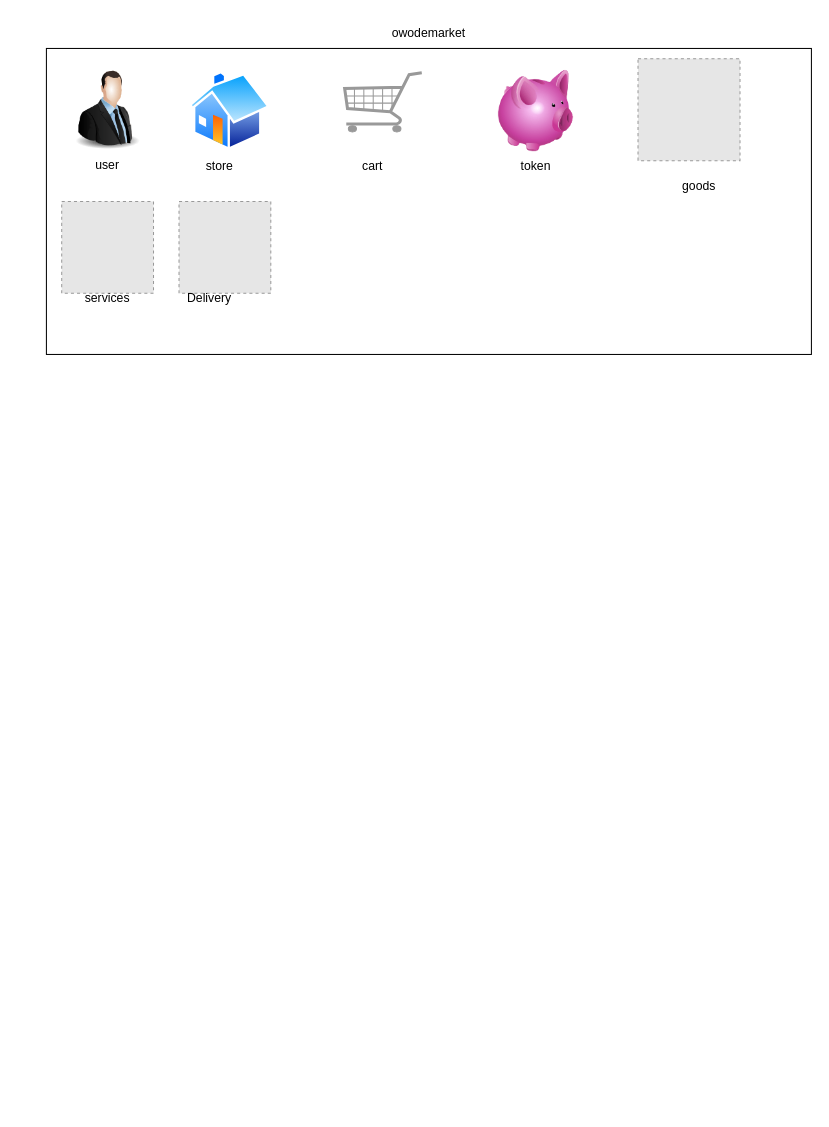
Before: owodemarket_diagram.drawio in odu-11111111/owodemarket, a draw.io diagram. Source tidied: cells renumbered, new cells numbered last; positions are measured from the earlier drawing's top-left corner, leaving out a move shared by most shapes. Both pictures are drawn from the tidied source at 102%, with x=0, y=0 at pixel (46, 17). Pictures stored in the file or linked from it are replaced by grey dashed boxes.
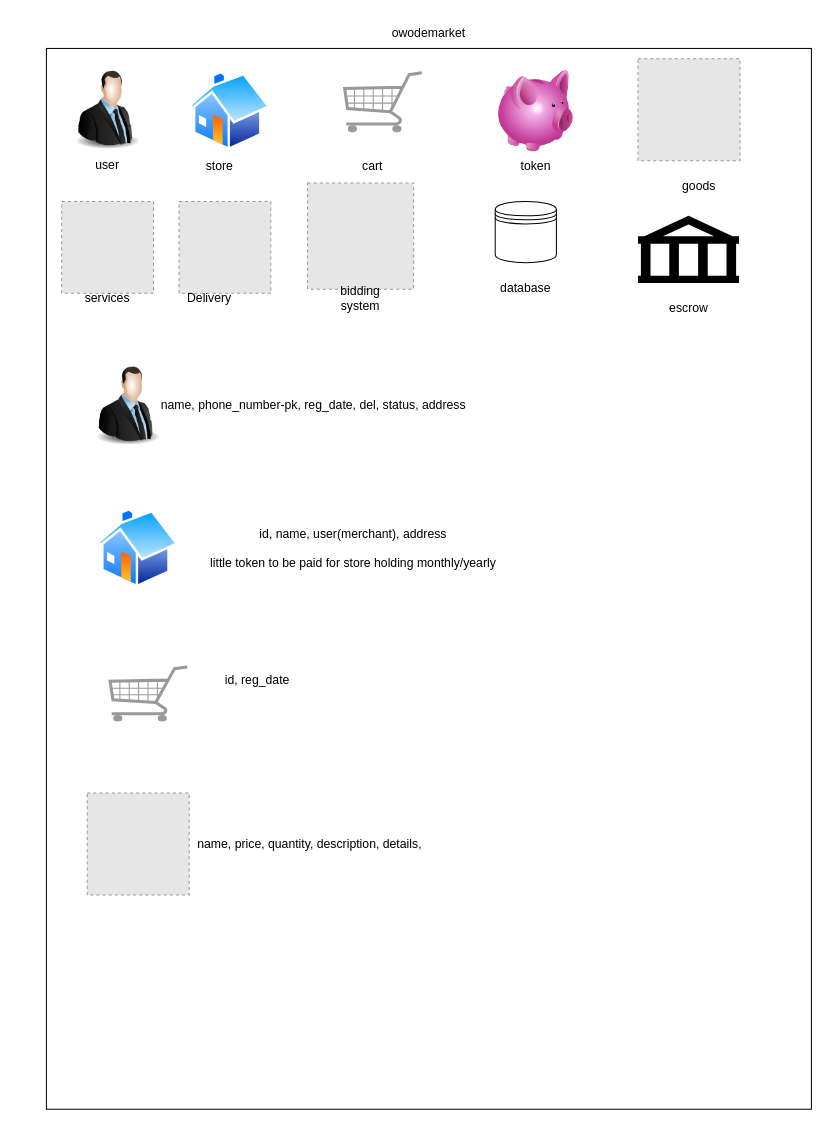
After the change.

What changed in the source:
```diff
@@
     <mxCell id="2" style="rounded=0;whiteSpace=wrap;html=1;" parent="1" vertex="1">
-      <mxGeometry y="30" width="750" height="300" as="geometry" />
+      <mxGeometry y="30" width="750" height="1040" as="geometry" />
     </mxCell>
@@
+    <mxCell id="18" style="image;html=1;image=img/lib/clip_art/people/Suit_Man_128x128.png;" parent="1" vertex="1">
+      <mxGeometry x="40" y="340" width="80" height="80" as="geometry" />
+    </mxCell>
+    <mxCell id="19" value="name, phone_number-pk, reg_date, del, status, address" style="text;html=1;strokeColor=none;fillColor=none;align=center;verticalAlign=middle;whiteSpace=wrap;rounded=0;" parent="1" vertex="1">
+      <mxGeometry x="-28" y="365" width="580" height="30" as="geometry" />
+    </mxCell>
+    <mxCell id="20" style="fillColor=#E6E6E6;strokeColor=#999999;dashed=1;html=1;verticalAlign=top;verticalLabelPosition=bottom;labelBackgroundColor=#ffffff;" parent="1" vertex="1">
+      <mxGeometry x="256" y="162" width="104" height="104" as="geometry" />
+    </mxCell>
+    <mxCell id="21" value="bidding system" style="text;html=1;strokeColor=none;fillColor=none;align=center;verticalAlign=middle;whiteSpace=wrap;rounded=0;" parent="1" vertex="1">
+      <mxGeometry x="278" y="260" width="60" height="30" as="geometry" />
+    </mxCell>
+    <mxCell id="22" style="perimeter=ellipsePerimeter;html=1;align=center;shadow=0;dashed=0;spacingTop=3;image;image=img/lib/active_directory/home.svg;" parent="1" vertex="1">
+      <mxGeometry x="50" y="481" width="80" height="77.6" as="geometry" />
+    </mxCell>
+    <mxCell id="23" value="id, name, user(merchant), address&lt;br&gt;&lt;br&gt;little token to be paid for store holding monthly/yearly" style="text;html=1;strokeColor=none;fillColor=none;align=center;verticalAlign=middle;whiteSpace=wrap;rounded=0;" parent="1" vertex="1">
+      <mxGeometry x="50" y="504.8" width="502" height="30" as="geometry" />
+    </mxCell>
+    <mxCell id="24" style="verticalLabelPosition=bottom;shadow=0;dashed=0;align=center;html=1;verticalAlign=top;strokeWidth=1;shape=mxgraph.mockup.misc.shoppingCart;strokeColor=#999999;" parent="1" vertex="1">
+      <mxGeometry x="60" y="635" width="80" height="55" as="geometry" />
+    </mxCell>
+    <mxCell id="25" value="id, reg_date" style="text;html=1;strokeColor=none;fillColor=none;align=center;verticalAlign=middle;whiteSpace=wrap;rounded=0;" parent="1" vertex="1">
+      <mxGeometry x="15" y="635" width="384" height="30" as="geometry" />
+    </mxCell>
+    <mxCell id="26" style="shape=datastore;whiteSpace=wrap;html=1;" parent="1" vertex="1">
+      <mxGeometry x="440" y="180" width="60" height="60" as="geometry" />
+    </mxCell>
+    <mxCell id="27" value="database" style="text;html=1;strokeColor=none;fillColor=none;align=center;verticalAlign=middle;whiteSpace=wrap;rounded=0;" parent="1" vertex="1">
+      <mxGeometry x="440" y="250" width="60" height="30" as="geometry" />
+    </mxCell>
+    <mxCell id="28" style="shape=mxgraph.signs.travel.bank;html=1;fillColor=#000000;strokeColor=none;verticalLabelPosition=bottom;verticalAlign=top;align=center;" parent="1" vertex="1">
+      <mxGeometry x="580" y="194" width="99" height="66" as="geometry" />
+    </mxCell>
+    <mxCell id="29" value="escrow" style="text;html=1;strokeColor=none;fillColor=none;align=center;verticalAlign=middle;whiteSpace=wrap;rounded=0;" parent="1" vertex="1">
+      <mxGeometry x="600" y="270" width="60" height="30" as="geometry" />
+    </mxCell>
+    <mxCell id="30" style="fillColor=#E6E6E6;strokeColor=#999999;dashed=1;html=1;verticalAlign=top;verticalLabelPosition=bottom;labelBackgroundColor=#ffffff;" parent="1" vertex="1">
+      <mxGeometry x="40" y="760" width="100" height="100" as="geometry" />
+    </mxCell>
+    <mxCell id="31" value="name, price, quantity, description, details,&amp;nbsp;" style="text;html=1;strokeColor=none;fillColor=none;align=center;verticalAlign=middle;whiteSpace=wrap;rounded=0;" parent="1" vertex="1">
+      <mxGeometry x="15" y="795" width="490" height="30" as="geometry" />
+    </mxCell>
```
